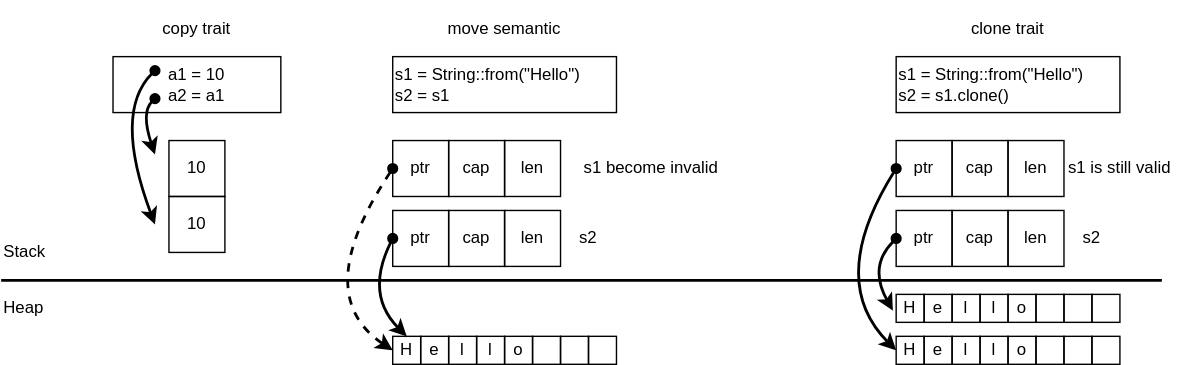
This is docs/rust/memory_layout/images/copy_move_clone.drawio.svg from htgithub194/self-study, a draw.io export, as it was before one commit. Source tidied: cells renumbered, new cells last; positions are measured from the earlier drawing's top-left corner, leaving out a move shared by most shapes.
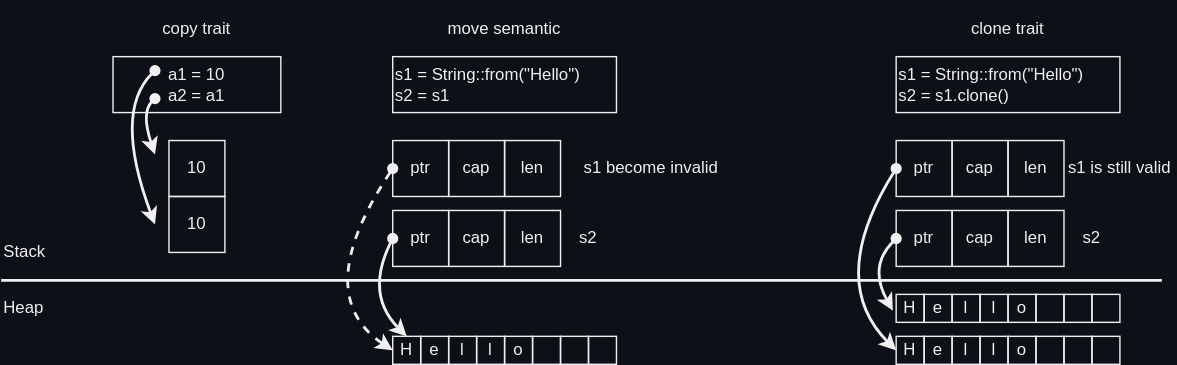
The same file after the commit.

Change to the diagram source:
```diff
@@ -1,2 +1,2 @@
-<mxGraphModel>
+<mxGraphModel background="#0D1117">
   <root>
@@ -4,12 +4,12 @@
     <mxCell id="1" parent="0" />
-    <mxCell id="2" value="move semantic" style="text;html=1;align=center;verticalAlign=middle;whiteSpace=wrap;rounded=0;fillColor=none;" parent="1" vertex="1">
+    <mxCell id="2" value="move semantic" style="text;html=1;align=center;verticalAlign=middle;whiteSpace=wrap;rounded=0;fillColor=none;fontColor=#F0F0F0;strokeColor=none;" parent="1" vertex="1">
       <mxGeometry x="280" width="160" height="40" as="geometry" />
     </mxCell>
-    <mxCell id="3" value="copy trait" style="text;html=1;align=center;verticalAlign=middle;whiteSpace=wrap;rounded=0;fillColor=none;" parent="1" vertex="1">
+    <mxCell id="3" value="copy trait" style="text;html=1;align=center;verticalAlign=middle;whiteSpace=wrap;rounded=0;fillColor=none;fontColor=#F0F0F0;strokeColor=none;" parent="1" vertex="1">
       <mxGeometry x="80" width="120" height="40" as="geometry" />
     </mxCell>
-    <mxCell id="4" value="Stack" style="text;html=1;align=left;verticalAlign=middle;whiteSpace=wrap;rounded=0;fillColor=none;" parent="1" vertex="1">
+    <mxCell id="4" value="Stack" style="text;html=1;align=left;verticalAlign=middle;whiteSpace=wrap;rounded=0;fillColor=none;fontColor=#F0F0F0;strokeColor=none;" parent="1" vertex="1">
       <mxGeometry y="160" width="80" height="40" as="geometry" />
     </mxCell>
-    <mxCell id="5" style="endArrow=none;html=1;strokeWidth=2;fontColor=#F0F0F0;fillColor=none;" parent="1" edge="1">
+    <mxCell id="5" style="endArrow=none;html=1;strokeWidth=2;fontColor=#F0F0F0;fillColor=none;strokeColor=#F0F0F0;" parent="1" edge="1">
       <mxGeometry relative="1" as="geometry">
@@ -19,15 +19,15 @@
     </mxCell>
-    <mxCell id="6" value="Heap" style="text;html=1;align=left;verticalAlign=middle;whiteSpace=wrap;rounded=0;fillColor=none;" parent="1" vertex="1">
+    <mxCell id="6" value="Heap" style="text;html=1;align=left;verticalAlign=middle;whiteSpace=wrap;rounded=0;fillColor=none;fontColor=#F0F0F0;strokeColor=none;" parent="1" vertex="1">
       <mxGeometry y="200" width="80" height="40" as="geometry" />
     </mxCell>
-    <mxCell id="7" value="10" style="rounded=0;whiteSpace=wrap;html=1;flipH=1;flipV=1;fillColor=none;" parent="1" vertex="1">
+    <mxCell id="7" value="10" style="rounded=0;whiteSpace=wrap;html=1;flipH=1;flipV=1;fillColor=none;fontColor=#F0F0F0;strokeColor=#F0F0F0;" parent="1" vertex="1">
       <mxGeometry x="120" y="100" width="40" height="40" as="geometry" />
     </mxCell>
-    <mxCell id="8" value="10" style="rounded=0;whiteSpace=wrap;html=1;flipH=1;flipV=1;fillColor=none;" parent="1" vertex="1">
+    <mxCell id="8" value="10" style="rounded=0;whiteSpace=wrap;html=1;flipH=1;flipV=1;fillColor=none;fontColor=#F0F0F0;strokeColor=#F0F0F0;" parent="1" vertex="1">
       <mxGeometry x="120" y="140" width="40" height="40" as="geometry" />
     </mxCell>
-    <mxCell id="9" value="a1 = 10&lt;br&gt;a2 = a1" style="rounded=0;whiteSpace=wrap;html=1;flipH=1;flipV=1;fillColor=none;" parent="1" vertex="1">
+    <mxCell id="9" value="a1 = 10&lt;br&gt;a2 = a1" style="rounded=0;whiteSpace=wrap;html=1;flipH=1;flipV=1;fillColor=none;fontColor=#F0F0F0;strokeColor=#F0F0F0;" parent="1" vertex="1">
       <mxGeometry x="80" y="40" width="120" height="40" as="geometry" />
     </mxCell>
-    <mxCell id="10" style="edgeStyle=none;curved=1;html=1;strokeWidth=2;startArrow=oval;startFill=1;targetPerimeterSpacing=10;fontColor=#F0F0F0;fillColor=none;" parent="1" edge="1">
+    <mxCell id="10" style="edgeStyle=none;curved=1;html=1;strokeWidth=2;startArrow=oval;startFill=1;targetPerimeterSpacing=10;fontColor=#F0F0F0;fillColor=none;strokeColor=#F0F0F0;" parent="1" edge="1">
       <mxGeometry relative="1" as="geometry">
@@ -40,3 +40,3 @@
     </mxCell>
-    <mxCell id="11" style="edgeStyle=none;curved=1;html=1;strokeWidth=2;startArrow=oval;startFill=1;targetPerimeterSpacing=10;fontColor=#F0F0F0;fillColor=none;" parent="1" edge="1">
+    <mxCell id="11" style="edgeStyle=none;curved=1;html=1;strokeWidth=2;startArrow=oval;startFill=1;targetPerimeterSpacing=10;fontColor=#F0F0F0;fillColor=none;strokeColor=#F0F0F0;" parent="1" edge="1">
       <mxGeometry relative="1" as="geometry">
@@ -49,6 +49,6 @@
     </mxCell>
-    <mxCell id="12" value="s1 = String::from(&quot;Hello&quot;)&lt;br&gt;s2 = s1" style="rounded=0;whiteSpace=wrap;html=1;flipH=1;flipV=1;align=left;fillColor=none;" parent="1" vertex="1">
+    <mxCell id="12" value="s1 = String::from(&quot;Hello&quot;)&lt;br&gt;s2 = s1" style="rounded=0;whiteSpace=wrap;html=1;flipH=1;flipV=1;align=left;fillColor=none;fontColor=#F0F0F0;strokeColor=#F0F0F0;" parent="1" vertex="1">
       <mxGeometry x="280" y="40" width="160" height="40" as="geometry" />
     </mxCell>
-    <mxCell id="13" style="edgeStyle=none;curved=1;html=1;entryX=0;entryY=0.5;entryDx=0;entryDy=0;strokeWidth=2;startArrow=oval;startFill=1;targetPerimeterSpacing=10;exitX=0;exitY=0.5;exitDx=0;exitDy=0;dashed=1;fontColor=#F0F0F0;fillColor=none;" parent="1" edge="1" source="14" target="18">
+    <mxCell id="13" style="edgeStyle=none;curved=1;html=1;entryX=0;entryY=0.5;entryDx=0;entryDy=0;strokeWidth=2;startArrow=oval;startFill=1;targetPerimeterSpacing=10;exitX=0;exitY=0.5;exitDx=0;exitDy=0;dashed=1;fontColor=#F0F0F0;fillColor=none;strokeColor=#F0F0F0;" parent="1" edge="1" source="14" target="18">
       <mxGeometry relative="1" as="geometry">
@@ -59,39 +59,39 @@
     </mxCell>
-    <mxCell id="14" value="ptr" style="rounded=0;whiteSpace=wrap;html=1;flipH=1;flipV=1;fillColor=none;" parent="1" vertex="1">
+    <mxCell id="14" value="ptr" style="rounded=0;whiteSpace=wrap;html=1;flipH=1;flipV=1;fillColor=none;fontColor=#F0F0F0;strokeColor=#F0F0F0;" parent="1" vertex="1">
       <mxGeometry x="280" y="100" width="40" height="40" as="geometry" />
     </mxCell>
-    <mxCell id="15" value="cap" style="rounded=0;whiteSpace=wrap;html=1;flipH=1;flipV=1;fillColor=none;" parent="1" vertex="1">
+    <mxCell id="15" value="cap" style="rounded=0;whiteSpace=wrap;html=1;flipH=1;flipV=1;fillColor=none;fontColor=#F0F0F0;strokeColor=#F0F0F0;" parent="1" vertex="1">
       <mxGeometry x="320" y="100" width="40" height="40" as="geometry" />
     </mxCell>
-    <mxCell id="16" value="len" style="rounded=0;whiteSpace=wrap;html=1;flipH=1;flipV=1;fillColor=none;" parent="1" vertex="1">
+    <mxCell id="16" value="len" style="rounded=0;whiteSpace=wrap;html=1;flipH=1;flipV=1;fillColor=none;fontColor=#F0F0F0;strokeColor=#F0F0F0;" parent="1" vertex="1">
       <mxGeometry x="360" y="100" width="40" height="40" as="geometry" />
     </mxCell>
-    <mxCell id="17" value="s1 become invalid" style="text;html=1;align=center;verticalAlign=middle;whiteSpace=wrap;rounded=0;fillColor=none;" parent="1" vertex="1">
+    <mxCell id="17" value="s1 become invalid" style="text;html=1;align=center;verticalAlign=middle;whiteSpace=wrap;rounded=0;fillColor=none;fontColor=#F0F0F0;strokeColor=none;" parent="1" vertex="1">
       <mxGeometry x="400" y="100" width="130" height="40" as="geometry" />
     </mxCell>
-    <mxCell id="18" value="H" style="rounded=0;whiteSpace=wrap;html=1;flipH=1;flipV=1;fillColor=none;" parent="1" vertex="1">
+    <mxCell id="18" value="H" style="rounded=0;whiteSpace=wrap;html=1;flipH=1;flipV=1;fillColor=none;fontColor=#F0F0F0;strokeColor=#F0F0F0;" parent="1" vertex="1">
       <mxGeometry x="280" y="240" width="20" height="20" as="geometry" />
     </mxCell>
-    <mxCell id="19" value="e" style="rounded=0;whiteSpace=wrap;html=1;flipH=1;flipV=1;fillColor=none;" parent="1" vertex="1">
+    <mxCell id="19" value="e" style="rounded=0;whiteSpace=wrap;html=1;flipH=1;flipV=1;fillColor=none;fontColor=#F0F0F0;strokeColor=#F0F0F0;" parent="1" vertex="1">
       <mxGeometry x="300" y="240" width="20" height="20" as="geometry" />
     </mxCell>
-    <mxCell id="20" value="l" style="rounded=0;whiteSpace=wrap;html=1;flipH=1;flipV=1;fillColor=none;" parent="1" vertex="1">
+    <mxCell id="20" value="l" style="rounded=0;whiteSpace=wrap;html=1;flipH=1;flipV=1;fillColor=none;fontColor=#F0F0F0;strokeColor=#F0F0F0;" parent="1" vertex="1">
       <mxGeometry x="320" y="240" width="20" height="20" as="geometry" />
     </mxCell>
-    <mxCell id="21" value="l" style="rounded=0;whiteSpace=wrap;html=1;flipH=1;flipV=1;fillColor=none;" parent="1" vertex="1">
+    <mxCell id="21" value="l" style="rounded=0;whiteSpace=wrap;html=1;flipH=1;flipV=1;fillColor=none;fontColor=#F0F0F0;strokeColor=#F0F0F0;" parent="1" vertex="1">
       <mxGeometry x="340" y="240" width="20" height="20" as="geometry" />
     </mxCell>
-    <mxCell id="22" value="o" style="rounded=0;whiteSpace=wrap;html=1;flipH=1;flipV=1;fillColor=none;" parent="1" vertex="1">
+    <mxCell id="22" value="o" style="rounded=0;whiteSpace=wrap;html=1;flipH=1;flipV=1;fillColor=none;fontColor=#F0F0F0;strokeColor=#F0F0F0;" parent="1" vertex="1">
       <mxGeometry x="360" y="240" width="20" height="20" as="geometry" />
     </mxCell>
-    <mxCell id="23" style="rounded=0;whiteSpace=wrap;html=1;flipH=1;flipV=1;fillColor=none;" parent="1" vertex="1">
+    <mxCell id="23" style="rounded=0;whiteSpace=wrap;html=1;flipH=1;flipV=1;fillColor=none;fontColor=#F0F0F0;strokeColor=#F0F0F0;" parent="1" vertex="1">
       <mxGeometry x="380" y="240" width="20" height="20" as="geometry" />
     </mxCell>
-    <mxCell id="24" style="rounded=0;whiteSpace=wrap;html=1;flipH=1;flipV=1;fillColor=none;" parent="1" vertex="1">
+    <mxCell id="24" style="rounded=0;whiteSpace=wrap;html=1;flipH=1;flipV=1;fillColor=none;fontColor=#F0F0F0;strokeColor=#F0F0F0;" parent="1" vertex="1">
       <mxGeometry x="400" y="240" width="20" height="20" as="geometry" />
     </mxCell>
-    <mxCell id="25" style="rounded=0;whiteSpace=wrap;html=1;flipH=1;flipV=1;fillColor=none;" parent="1" vertex="1">
+    <mxCell id="25" style="rounded=0;whiteSpace=wrap;html=1;flipH=1;flipV=1;fillColor=none;fontColor=#F0F0F0;strokeColor=#F0F0F0;" parent="1" vertex="1">
       <mxGeometry x="420" y="240" width="20" height="20" as="geometry" />
     </mxCell>
-    <mxCell id="26" style="edgeStyle=none;curved=1;html=1;entryX=0.5;entryY=0;entryDx=0;entryDy=0;strokeWidth=2;startArrow=oval;startFill=1;targetPerimeterSpacing=10;exitX=0;exitY=0.5;exitDx=0;exitDy=0;fontColor=#F0F0F0;fillColor=none;" parent="1" edge="1" source="27" target="18">
+    <mxCell id="26" style="edgeStyle=none;curved=1;html=1;entryX=0.5;entryY=0;entryDx=0;entryDy=0;strokeWidth=2;startArrow=oval;startFill=1;targetPerimeterSpacing=10;exitX=0;exitY=0.5;exitDx=0;exitDy=0;fontColor=#F0F0F0;fillColor=none;strokeColor=#F0F0F0;" parent="1" edge="1" source="27" target="18">
       <mxGeometry relative="1" as="geometry">
@@ -102,21 +102,21 @@
     </mxCell>
-    <mxCell id="27" value="ptr" style="rounded=0;whiteSpace=wrap;html=1;flipH=1;flipV=1;fillColor=none;" parent="1" vertex="1">
+    <mxCell id="27" value="ptr" style="rounded=0;whiteSpace=wrap;html=1;flipH=1;flipV=1;fillColor=none;fontColor=#F0F0F0;strokeColor=#F0F0F0;" parent="1" vertex="1">
       <mxGeometry x="280" y="150" width="40" height="40" as="geometry" />
     </mxCell>
-    <mxCell id="28" value="cap" style="rounded=0;whiteSpace=wrap;html=1;flipH=1;flipV=1;fillColor=none;" parent="1" vertex="1">
+    <mxCell id="28" value="cap" style="rounded=0;whiteSpace=wrap;html=1;flipH=1;flipV=1;fillColor=none;fontColor=#F0F0F0;strokeColor=#F0F0F0;" parent="1" vertex="1">
       <mxGeometry x="320" y="150" width="40" height="40" as="geometry" />
     </mxCell>
-    <mxCell id="29" value="len" style="rounded=0;whiteSpace=wrap;html=1;flipH=1;flipV=1;fillColor=none;" parent="1" vertex="1">
+    <mxCell id="29" value="len" style="rounded=0;whiteSpace=wrap;html=1;flipH=1;flipV=1;fillColor=none;fontColor=#F0F0F0;strokeColor=#F0F0F0;" parent="1" vertex="1">
       <mxGeometry x="360" y="150" width="40" height="40" as="geometry" />
     </mxCell>
-    <mxCell id="30" value="s2" style="text;html=1;align=center;verticalAlign=middle;whiteSpace=wrap;rounded=0;fillColor=none;" parent="1" vertex="1">
+    <mxCell id="30" value="s2" style="text;html=1;align=center;verticalAlign=middle;whiteSpace=wrap;rounded=0;fillColor=none;fontColor=#F0F0F0;strokeColor=none;" parent="1" vertex="1">
       <mxGeometry x="400" y="160" width="40" height="20" as="geometry" />
     </mxCell>
-    <mxCell id="31" value="clone trait" style="text;html=1;align=center;verticalAlign=middle;whiteSpace=wrap;rounded=0;fillColor=none;" parent="1" vertex="1">
+    <mxCell id="31" value="clone trait" style="text;html=1;align=center;verticalAlign=middle;whiteSpace=wrap;rounded=0;fillColor=none;fontColor=#F0F0F0;strokeColor=none;" parent="1" vertex="1">
       <mxGeometry x="640" width="160" height="40" as="geometry" />
     </mxCell>
-    <mxCell id="32" value="s1 = String::from(&quot;Hello&quot;)&lt;br&gt;s2 = s1.clone()" style="rounded=0;whiteSpace=wrap;html=1;flipH=1;flipV=1;align=left;fillColor=none;" parent="1" vertex="1">
+    <mxCell id="32" value="s1 = String::from(&quot;Hello&quot;)&lt;br&gt;s2 = s1.clone()" style="rounded=0;whiteSpace=wrap;html=1;flipH=1;flipV=1;align=left;fillColor=none;fontColor=#F0F0F0;strokeColor=#F0F0F0;" parent="1" vertex="1">
       <mxGeometry x="640" y="40" width="160" height="40" as="geometry" />
     </mxCell>
-    <mxCell id="33" style="edgeStyle=none;curved=1;html=1;entryX=0;entryY=0.5;entryDx=0;entryDy=0;strokeWidth=2;startArrow=oval;startFill=1;targetPerimeterSpacing=10;exitX=0;exitY=0.5;exitDx=0;exitDy=0;fontColor=#F0F0F0;fillColor=none;" parent="1" edge="1" source="34" target="38">
+    <mxCell id="33" style="edgeStyle=none;curved=1;html=1;entryX=0;entryY=0.5;entryDx=0;entryDy=0;strokeWidth=2;startArrow=oval;startFill=1;targetPerimeterSpacing=10;exitX=0;exitY=0.5;exitDx=0;exitDy=0;fontColor=#F0F0F0;fillColor=none;strokeColor=#F0F0F0;" parent="1" edge="1" source="34" target="38">
       <mxGeometry relative="1" as="geometry">
@@ -127,39 +127,39 @@
     </mxCell>
-    <mxCell id="34" value="ptr" style="rounded=0;whiteSpace=wrap;html=1;flipH=1;flipV=1;fillColor=none;" parent="1" vertex="1">
+    <mxCell id="34" value="ptr" style="rounded=0;whiteSpace=wrap;html=1;flipH=1;flipV=1;fillColor=none;fontColor=#F0F0F0;strokeColor=#F0F0F0;" parent="1" vertex="1">
       <mxGeometry x="640" y="100" width="40" height="40" as="geometry" />
     </mxCell>
-    <mxCell id="35" value="cap" style="rounded=0;whiteSpace=wrap;html=1;flipH=1;flipV=1;fillColor=none;" parent="1" vertex="1">
+    <mxCell id="35" value="cap" style="rounded=0;whiteSpace=wrap;html=1;flipH=1;flipV=1;fillColor=none;fontColor=#F0F0F0;strokeColor=#F0F0F0;" parent="1" vertex="1">
       <mxGeometry x="680" y="100" width="40" height="40" as="geometry" />
     </mxCell>
-    <mxCell id="36" value="len" style="rounded=0;whiteSpace=wrap;html=1;flipH=1;flipV=1;fillColor=none;" parent="1" vertex="1">
+    <mxCell id="36" value="len" style="rounded=0;whiteSpace=wrap;html=1;flipH=1;flipV=1;fillColor=none;fontColor=#F0F0F0;strokeColor=#F0F0F0;" parent="1" vertex="1">
       <mxGeometry x="720" y="100" width="40" height="40" as="geometry" />
     </mxCell>
-    <mxCell id="37" value="s1 is still valid" style="text;html=1;align=center;verticalAlign=middle;whiteSpace=wrap;rounded=0;fillColor=none;" parent="1" vertex="1">
+    <mxCell id="37" value="s1 is still valid" style="text;html=1;align=center;verticalAlign=middle;whiteSpace=wrap;rounded=0;fillColor=none;fontColor=#F0F0F0;strokeColor=none;" parent="1" vertex="1">
       <mxGeometry x="760" y="100" width="80" height="40" as="geometry" />
     </mxCell>
-    <mxCell id="38" value="H" style="rounded=0;whiteSpace=wrap;html=1;flipH=1;flipV=1;fillColor=none;" parent="1" vertex="1">
+    <mxCell id="38" value="H" style="rounded=0;whiteSpace=wrap;html=1;flipH=1;flipV=1;fillColor=none;fontColor=#F0F0F0;strokeColor=#F0F0F0;" parent="1" vertex="1">
       <mxGeometry x="640" y="240" width="20" height="20" as="geometry" />
     </mxCell>
-    <mxCell id="39" value="e" style="rounded=0;whiteSpace=wrap;html=1;flipH=1;flipV=1;fillColor=none;" parent="1" vertex="1">
+    <mxCell id="39" value="e" style="rounded=0;whiteSpace=wrap;html=1;flipH=1;flipV=1;fillColor=none;fontColor=#F0F0F0;strokeColor=#F0F0F0;" parent="1" vertex="1">
       <mxGeometry x="660" y="240" width="20" height="20" as="geometry" />
     </mxCell>
-    <mxCell id="40" value="l" style="rounded=0;whiteSpace=wrap;html=1;flipH=1;flipV=1;fillColor=none;" parent="1" vertex="1">
+    <mxCell id="40" value="l" style="rounded=0;whiteSpace=wrap;html=1;flipH=1;flipV=1;fillColor=none;fontColor=#F0F0F0;strokeColor=#F0F0F0;" parent="1" vertex="1">
       <mxGeometry x="680" y="240" width="20" height="20" as="geometry" />
     </mxCell>
-    <mxCell id="41" value="l" style="rounded=0;whiteSpace=wrap;html=1;flipH=1;flipV=1;fillColor=none;" parent="1" vertex="1">
+    <mxCell id="41" value="l" style="rounded=0;whiteSpace=wrap;html=1;flipH=1;flipV=1;fillColor=none;fontColor=#F0F0F0;strokeColor=#F0F0F0;" parent="1" vertex="1">
       <mxGeometry x="700" y="240" width="20" height="20" as="geometry" />
     </mxCell>
-    <mxCell id="42" value="o" style="rounded=0;whiteSpace=wrap;html=1;flipH=1;flipV=1;fillColor=none;" parent="1" vertex="1">
+    <mxCell id="42" value="o" style="rounded=0;whiteSpace=wrap;html=1;flipH=1;flipV=1;fillColor=none;fontColor=#F0F0F0;strokeColor=#F0F0F0;" parent="1" vertex="1">
       <mxGeometry x="720" y="240" width="20" height="20" as="geometry" />
     </mxCell>
-    <mxCell id="43" style="rounded=0;whiteSpace=wrap;html=1;flipH=1;flipV=1;fillColor=none;" parent="1" vertex="1">
+    <mxCell id="43" style="rounded=0;whiteSpace=wrap;html=1;flipH=1;flipV=1;fillColor=none;fontColor=#F0F0F0;strokeColor=#F0F0F0;" parent="1" vertex="1">
       <mxGeometry x="740" y="240" width="20" height="20" as="geometry" />
     </mxCell>
-    <mxCell id="44" style="rounded=0;whiteSpace=wrap;html=1;flipH=1;flipV=1;fillColor=none;" parent="1" vertex="1">
+    <mxCell id="44" style="rounded=0;whiteSpace=wrap;html=1;flipH=1;flipV=1;fillColor=none;fontColor=#F0F0F0;strokeColor=#F0F0F0;" parent="1" vertex="1">
       <mxGeometry x="760" y="240" width="20" height="20" as="geometry" />
     </mxCell>
-    <mxCell id="45" style="rounded=0;whiteSpace=wrap;html=1;flipH=1;flipV=1;fillColor=none;" parent="1" vertex="1">
+    <mxCell id="45" style="rounded=0;whiteSpace=wrap;html=1;flipH=1;flipV=1;fillColor=none;fontColor=#F0F0F0;strokeColor=#F0F0F0;" parent="1" vertex="1">
       <mxGeometry x="780" y="240" width="20" height="20" as="geometry" />
     </mxCell>
-    <mxCell id="46" style="edgeStyle=none;curved=1;html=1;entryX=1.117;entryY=0.417;entryDx=0;entryDy=0;strokeWidth=2;startArrow=oval;startFill=1;targetPerimeterSpacing=10;exitX=0;exitY=0.5;exitDx=0;exitDy=0;entryPerimeter=0;fontColor=#F0F0F0;fillColor=none;" parent="1" edge="1" source="47" target="51">
+    <mxCell id="46" style="edgeStyle=none;curved=1;html=1;entryX=1.117;entryY=0.417;entryDx=0;entryDy=0;strokeWidth=2;startArrow=oval;startFill=1;targetPerimeterSpacing=10;exitX=0;exitY=0.5;exitDx=0;exitDy=0;entryPerimeter=0;fontColor=#F0F0F0;fillColor=none;strokeColor=#F0F0F0;" parent="1" edge="1" source="47" target="51">
       <mxGeometry relative="1" as="geometry">
@@ -170,36 +170,36 @@
     </mxCell>
-    <mxCell id="47" value="ptr" style="rounded=0;whiteSpace=wrap;html=1;flipH=1;flipV=1;fillColor=none;" parent="1" vertex="1">
+    <mxCell id="47" value="ptr" style="rounded=0;whiteSpace=wrap;html=1;flipH=1;flipV=1;fillColor=none;fontColor=#F0F0F0;strokeColor=#F0F0F0;" parent="1" vertex="1">
       <mxGeometry x="640" y="150" width="40" height="40" as="geometry" />
     </mxCell>
-    <mxCell id="48" value="cap" style="rounded=0;whiteSpace=wrap;html=1;flipH=1;flipV=1;fillColor=none;" parent="1" vertex="1">
+    <mxCell id="48" value="cap" style="rounded=0;whiteSpace=wrap;html=1;flipH=1;flipV=1;fillColor=none;fontColor=#F0F0F0;strokeColor=#F0F0F0;" parent="1" vertex="1">
       <mxGeometry x="680" y="150" width="40" height="40" as="geometry" />
     </mxCell>
-    <mxCell id="49" value="len" style="rounded=0;whiteSpace=wrap;html=1;flipH=1;flipV=1;fillColor=none;" parent="1" vertex="1">
+    <mxCell id="49" value="len" style="rounded=0;whiteSpace=wrap;html=1;flipH=1;flipV=1;fillColor=none;fontColor=#F0F0F0;strokeColor=#F0F0F0;" parent="1" vertex="1">
       <mxGeometry x="720" y="150" width="40" height="40" as="geometry" />
     </mxCell>
-    <mxCell id="50" value="s2" style="text;html=1;align=center;verticalAlign=middle;whiteSpace=wrap;rounded=0;fillColor=none;" parent="1" vertex="1">
+    <mxCell id="50" value="s2" style="text;html=1;align=center;verticalAlign=middle;whiteSpace=wrap;rounded=0;fillColor=none;fontColor=#F0F0F0;strokeColor=none;" parent="1" vertex="1">
       <mxGeometry x="760" y="160" width="40" height="20" as="geometry" />
     </mxCell>
-    <mxCell id="51" value="H" style="rounded=0;whiteSpace=wrap;html=1;flipH=1;flipV=1;fillColor=none;" parent="1" vertex="1">
+    <mxCell id="51" value="H" style="rounded=0;whiteSpace=wrap;html=1;flipH=1;flipV=1;fillColor=none;fontColor=#F0F0F0;strokeColor=#F0F0F0;" parent="1" vertex="1">
       <mxGeometry x="640" y="210" width="20" height="20" as="geometry" />
     </mxCell>
-    <mxCell id="52" value="e" style="rounded=0;whiteSpace=wrap;html=1;flipH=1;flipV=1;fillColor=none;" parent="1" vertex="1">
+    <mxCell id="52" value="e" style="rounded=0;whiteSpace=wrap;html=1;flipH=1;flipV=1;fillColor=none;fontColor=#F0F0F0;strokeColor=#F0F0F0;" parent="1" vertex="1">
       <mxGeometry x="660" y="210" width="20" height="20" as="geometry" />
     </mxCell>
-    <mxCell id="53" value="l" style="rounded=0;whiteSpace=wrap;html=1;flipH=1;flipV=1;fillColor=none;" parent="1" vertex="1">
+    <mxCell id="53" value="l" style="rounded=0;whiteSpace=wrap;html=1;flipH=1;flipV=1;fillColor=none;fontColor=#F0F0F0;strokeColor=#F0F0F0;" parent="1" vertex="1">
       <mxGeometry x="680" y="210" width="20" height="20" as="geometry" />
     </mxCell>
-    <mxCell id="54" value="l" style="rounded=0;whiteSpace=wrap;html=1;flipH=1;flipV=1;fillColor=none;" parent="1" vertex="1">
+    <mxCell id="54" value="l" style="rounded=0;whiteSpace=wrap;html=1;flipH=1;flipV=1;fillColor=none;fontColor=#F0F0F0;strokeColor=#F0F0F0;" parent="1" vertex="1">
       <mxGeometry x="700" y="210" width="20" height="20" as="geometry" />
     </mxCell>
-    <mxCell id="55" value="o" style="rounded=0;whiteSpace=wrap;html=1;flipH=1;flipV=1;fillColor=none;" parent="1" vertex="1">
+    <mxCell id="55" value="o" style="rounded=0;whiteSpace=wrap;html=1;flipH=1;flipV=1;fillColor=none;fontColor=#F0F0F0;strokeColor=#F0F0F0;" parent="1" vertex="1">
       <mxGeometry x="720" y="210" width="20" height="20" as="geometry" />
     </mxCell>
-    <mxCell id="56" style="rounded=0;whiteSpace=wrap;html=1;flipH=1;flipV=1;fillColor=none;" parent="1" vertex="1">
+    <mxCell id="56" style="rounded=0;whiteSpace=wrap;html=1;flipH=1;flipV=1;fillColor=none;fontColor=#F0F0F0;strokeColor=#F0F0F0;" parent="1" vertex="1">
       <mxGeometry x="740" y="210" width="20" height="20" as="geometry" />
     </mxCell>
-    <mxCell id="57" style="rounded=0;whiteSpace=wrap;html=1;flipH=1;flipV=1;fillColor=none;" parent="1" vertex="1">
+    <mxCell id="57" style="rounded=0;whiteSpace=wrap;html=1;flipH=1;flipV=1;fillColor=none;fontColor=#F0F0F0;strokeColor=#F0F0F0;" parent="1" vertex="1">
       <mxGeometry x="760" y="210" width="20" height="20" as="geometry" />
     </mxCell>
-    <mxCell id="58" style="rounded=0;whiteSpace=wrap;html=1;flipH=1;flipV=1;fillColor=none;" parent="1" vertex="1">
+    <mxCell id="58" style="rounded=0;whiteSpace=wrap;html=1;flipH=1;flipV=1;fillColor=none;fontColor=#F0F0F0;strokeColor=#F0F0F0;" parent="1" vertex="1">
       <mxGeometry x="780" y="210" width="20" height="20" as="geometry" />
```
